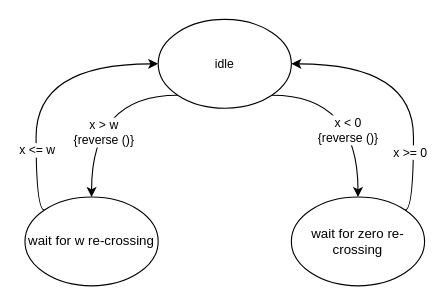
guitarvydas/sm keeps this draw.io diagram as looptest.drawio. Above is the earlier version. Source tidied: cells renumbered, new cells numbered last; positions are measured from the earlier drawing's top-left corner, leaving out a move shared by most shapes. Both pictures are drawn from the tidied source at 111%, with x=0, y=0 at pixel (24, 19).
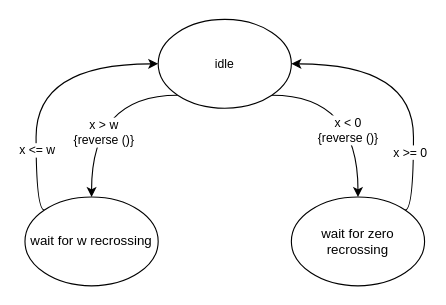
After the change.

Change to the diagram source:
```diff
@@
 <mxGraphModel>
   <root>
     <mxCell id="0" />
     <mxCell id="1" parent="0" />
     <mxCell id="2" style="edgeStyle=orthogonalEdgeStyle;shape=connector;curved=1;rounded=0;jettySize=auto;html=1;exitX=0;exitY=1;exitDx=0;exitDy=0;entryX=0.5;entryY=0;entryDx=0;entryDy=0;strokeColor=default;align=center;verticalAlign=middle;fontFamily=Helvetica;fontSize=11;fontColor=default;labelBackgroundColor=default;endArrow=classic;" parent="1" edge="1" source="6" target="9">
       <mxGeometry relative="1" as="geometry">
         <Array as="points">
           <mxPoint x="60" y="68" />
         </Array>
       </mxGeometry>
     </mxCell>
     <mxCell id="3" value="x &amp;gt; w&lt;div&gt;{reverse ()}&lt;/div&gt;" style="edgeLabel;html=1;align=center;verticalAlign=middle;fontFamily=Helvetica;fontSize=11;fontColor=default;labelBackgroundColor=default;" parent="2" vertex="1">
       <mxGeometry x="0.31" y="10" relative="1" as="geometry" />
     </mxCell>
     <mxCell id="4" style="edgeStyle=orthogonalEdgeStyle;shape=connector;curved=1;rounded=0;jettySize=auto;html=1;exitX=1;exitY=1;exitDx=0;exitDy=0;entryX=0.5;entryY=0;entryDx=0;entryDy=0;strokeColor=default;align=center;verticalAlign=middle;fontFamily=Helvetica;fontSize=11;fontColor=default;labelBackgroundColor=default;endArrow=classic;" parent="1" edge="1" source="6" target="12">
       <mxGeometry relative="1" as="geometry">
         <Array as="points">
           <mxPoint x="300" y="68" />
         </Array>
       </mxGeometry>
     </mxCell>
     <mxCell id="5" value="x &amp;lt; 0&lt;div&gt;{reverse ()}&lt;/div&gt;" style="edgeLabel;html=1;align=center;verticalAlign=middle;fontFamily=Helvetica;fontSize=11;fontColor=default;labelBackgroundColor=default;" parent="4" vertex="1">
       <mxGeometry x="0.43" y="-7" relative="1" as="geometry">
         <mxPoint x="-3" y="-12" as="offset" />
       </mxGeometry>
     </mxCell>
     <mxCell id="6" value="idle" style="ellipse;whiteSpace=wrap;html=1;fontFamily=Helvetica;fontSize=11;fontColor=default;labelBackgroundColor=none;" parent="1" vertex="1">
       <mxGeometry x="120" width="120" height="80" as="geometry" />
     </mxCell>
     <mxCell id="7" style="edgeStyle=orthogonalEdgeStyle;shape=connector;curved=1;rounded=0;jettySize=auto;html=1;exitX=0;exitY=0;exitDx=0;exitDy=0;entryX=0;entryY=0.5;entryDx=0;entryDy=0;strokeColor=default;align=center;verticalAlign=middle;fontFamily=Helvetica;fontSize=11;fontColor=default;labelBackgroundColor=default;endArrow=classic;" parent="1" edge="1" source="9" target="6">
       <mxGeometry relative="1" as="geometry">
         <Array as="points">
           <mxPoint x="10" y="172" />
           <mxPoint x="10" y="40" />
         </Array>
       </mxGeometry>
     </mxCell>
     <mxCell id="8" value="x &amp;lt;= w" style="edgeLabel;html=1;align=center;verticalAlign=middle;fontFamily=Helvetica;fontSize=11;fontColor=default;labelBackgroundColor=default;" parent="7" vertex="1">
       <mxGeometry x="-0.5" relative="1" as="geometry" />
     </mxCell>
-    <mxCell id="9" value="&lt;div style=&quot;font-size: 12px;&quot;&gt;wait for w re-crossing&lt;/div&gt;" style="ellipse;whiteSpace=wrap;html=1;fontFamily=Helvetica;fontSize=11;fontColor=default;labelBackgroundColor=none;" parent="1" vertex="1">
+    <mxCell id="9" value="&lt;div style=&quot;font-size: 12px;&quot;&gt;wait for w recrossing&lt;/div&gt;" style="ellipse;whiteSpace=wrap;html=1;fontFamily=Helvetica;fontSize=11;fontColor=default;labelBackgroundColor=none;" parent="1" vertex="1">
       <mxGeometry y="160" width="120" height="80" as="geometry" />
     </mxCell>
     <mxCell id="10" style="edgeStyle=orthogonalEdgeStyle;shape=connector;curved=1;rounded=0;jettySize=auto;html=1;exitX=1;exitY=0;exitDx=0;exitDy=0;entryX=1;entryY=0.5;entryDx=0;entryDy=0;strokeColor=default;align=center;verticalAlign=middle;fontFamily=Helvetica;fontSize=11;fontColor=default;labelBackgroundColor=default;endArrow=classic;" parent="1" edge="1" source="12" target="6">
       <mxGeometry relative="1" as="geometry">
         <Array as="points">
           <mxPoint x="350" y="172" />
           <mxPoint x="350" y="40" />
         </Array>
       </mxGeometry>
     </mxCell>
     <mxCell id="11" value="x &amp;gt;= 0" style="edgeLabel;html=1;align=center;verticalAlign=middle;fontFamily=Helvetica;fontSize=11;fontColor=default;labelBackgroundColor=default;" parent="10" vertex="1">
       <mxGeometry x="-0.52" y="4" relative="1" as="geometry" />
     </mxCell>
-    <mxCell id="12" value="&lt;div style=&quot;font-size: 12px;&quot;&gt;wait for zero re-crossing&lt;/div&gt;" style="ellipse;whiteSpace=wrap;html=1;fontFamily=Helvetica;fontSize=11;fontColor=default;labelBackgroundColor=none;" parent="1" vertex="1">
+    <mxCell id="12" value="&lt;div style=&quot;font-size: 12px;&quot;&gt;wait for zero recrossing&lt;/div&gt;" style="ellipse;whiteSpace=wrap;html=1;fontFamily=Helvetica;fontSize=11;fontColor=default;labelBackgroundColor=none;" parent="1" vertex="1">
       <mxGeometry x="240" y="160" width="120" height="80" as="geometry" />
     </mxCell>
   </root>
 </mxGraphModel>
```
